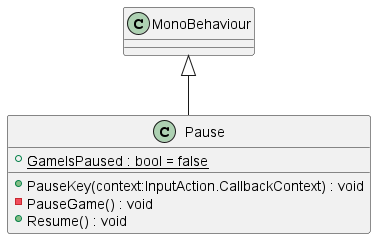
Earlier version of the PlantUML export uml-output/Pause.png (Eliaz-LR/3D-Minesweeper). The source it was exported from:
```plantuml
@startuml
class Pause {
    + {static} GameIsPaused : bool = false
    + PauseKey(context:InputAction.CallbackContext) : void
    - PauseGame() : void
    + Resume() : void
}
MonoBehaviour <|-- Pause
@enduml
```
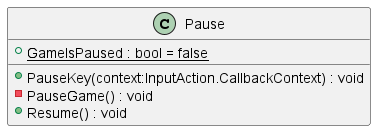
After the change.

Change to the diagram source:
```diff
@@ -5,5 +5,5 @@
     - PauseGame() : void
     + Resume() : void
 }
-MonoBehaviour <|-- Pause
+
 @enduml
```
